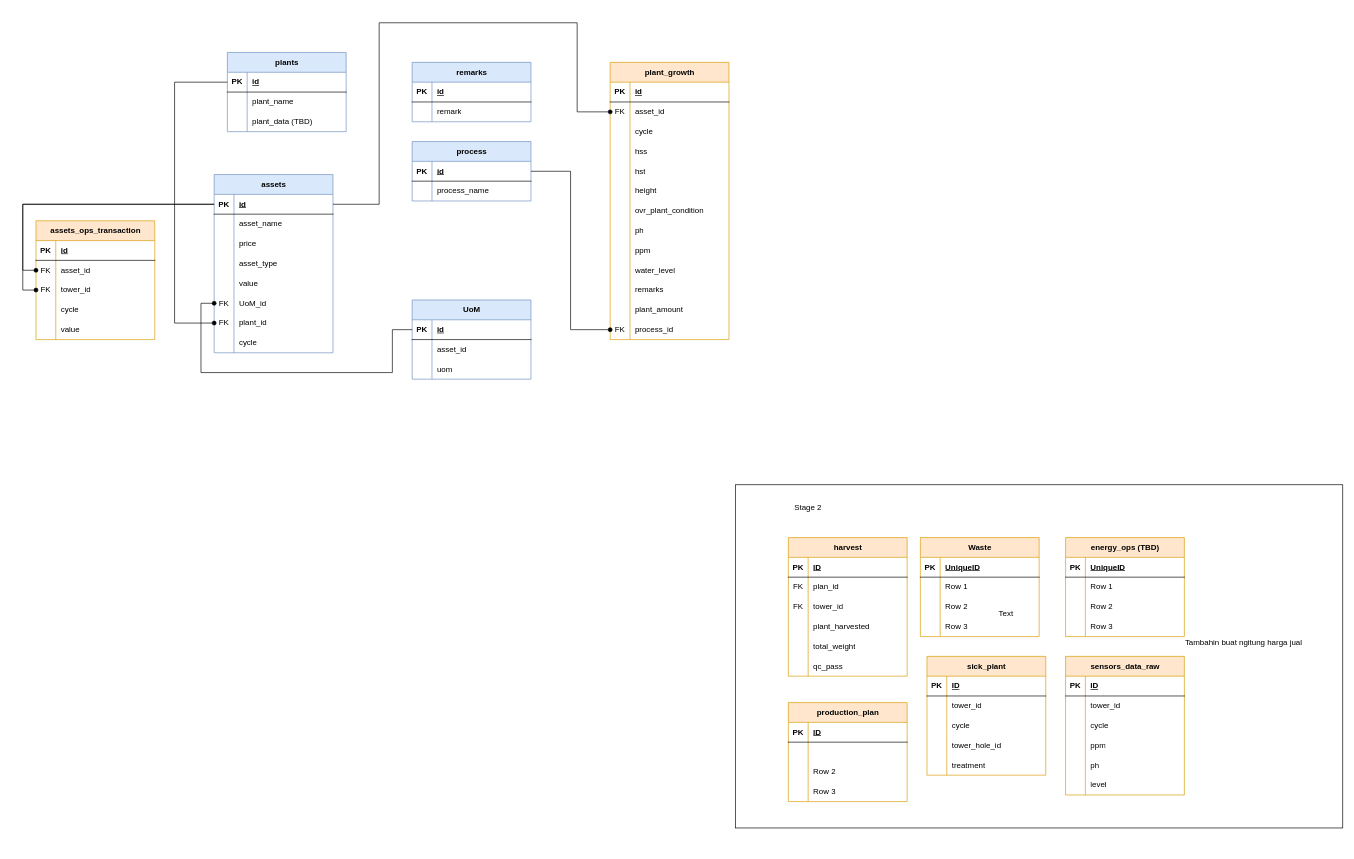
This is ERD.drawio.xml from EputraP/hydroponic-project-be, a draw.io file, before an edit. Source tidied: cells renumbered, new cells numbered last; positions are measured from the earlier drawing's top-left corner, leaving out a move shared by most shapes. Both pictures are drawn from the tidied source at 66%, with x=0, y=0 at pixel (36, 22).
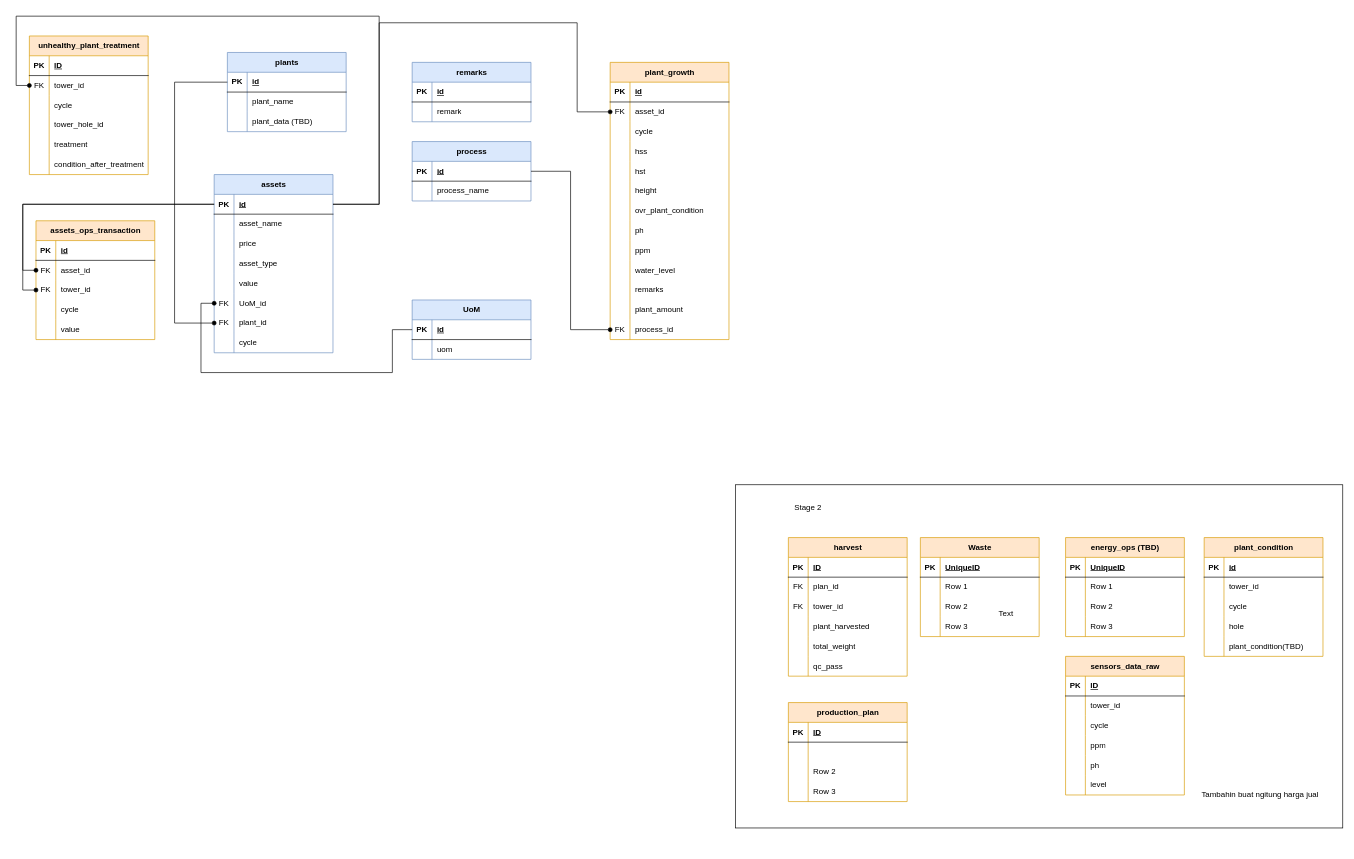
Above is the later version.

Commit message:
add unhealthy plant treatment table

The change refers to these unchanged cells:
```xml
<mxCell id="66" style="shape=tableRow;horizontal=0;startSize=0;swimlaneHead=0;swimlaneBody=0;fillColor=none;points=[[0,0.5],[1,0.5]];portConstraint=eastwest;top=0;left=0;right=0;bottom=1;" parent="65" vertex="1">
  <mxGeometry y="30" width="180" height="30" as="geometry" />
</mxCell>
<mxCell id="160" style="shape=tableRow;horizontal=0;startSize=0;swimlaneHead=0;swimlaneBody=0;fillColor=none;points=[[0,0.5],[1,0.5]];portConstraint=eastwest;top=0;left=0;right=0;bottom=0;" parent="156" vertex="1">
  <mxGeometry y="60" width="180" height="30" as="geometry" />
</mxCell>
```

Diff of the diagram source:
```diff
@@
     <mxCell id="29" value="UoM" style="shape=table;startSize=30;childLayout=tableLayout;rowLines=0;fontStyle=1;align=center;html=1;fillColor=#dae8fc;strokeColor=#6c8ebf;" parent="1" vertex="1">
-      <mxGeometry x="570" y="420" width="180" height="120" as="geometry" />
+      <mxGeometry x="570" y="420" width="180" height="90" as="geometry" />
     </mxCell>
@@
-    <mxCell id="33" style="shape=tableRow;horizontal=0;startSize=0;swimlaneHead=0;swimlaneBody=0;fillColor=none;top=0;left=0;right=0;bottom=0;" parent="29" vertex="1">
-      <mxGeometry y="60" width="180" height="30" as="geometry" />
-    </mxCell>
-    <mxCell id="34" style="shape=partialRectangle;fillColor=none;top=0;left=0;bottom=0;right=0;overflow=hidden;whiteSpace=wrap;html=1;" parent="33" vertex="1">
-      <mxGeometry width="30" height="30" as="geometry" />
-    </mxCell>
-    <mxCell id="35" value="asset_id" style="shape=partialRectangle;fillColor=none;top=0;left=0;bottom=0;right=0;align=left;spacingLeft=6;overflow=hidden;whiteSpace=wrap;html=1;" parent="33" vertex="1">
-      <mxGeometry x="30" width="150" height="30" as="geometry" />
-    </mxCell>
     <mxCell id="36" style="shape=tableRow;horizontal=0;startSize=0;swimlaneHead=0;swimlaneBody=0;fillColor=none;top=0;left=0;right=0;bottom=0;" parent="29" vertex="1">
-      <mxGeometry y="90" width="180" height="30" as="geometry" />
+      <mxGeometry y="60" width="180" height="30" as="geometry" />
     </mxCell>
@@
     <mxCell id="155" value="Tambahin buat ngitung harga jual" style="text;html=1;whiteSpace=wrap;strokeColor=none;fillColor=none;align=center;verticalAlign=middle;rounded=0;" parent="1" vertex="1">
-      <mxGeometry x="1725" y="860" width="210" height="160" as="geometry" />
+      <mxGeometry x="1750" y="1090" width="210" height="160" as="geometry" />
     </mxCell>
-    <mxCell id="156" value="sick_plant" style="shape=table;startSize=30;childLayout=tableLayout;rowLines=0;fontStyle=1;align=center;html=1;fillColor=#ffe6cc;strokeColor=#d79b00;" parent="1" vertex="1">
-      <mxGeometry x="1350" y="960" width="180" height="180" as="geometry" />
+    <mxCell id="156" value="unhealthy_plant_treatment" style="shape=table;startSize=30;childLayout=tableLayout;rowLines=0;fontStyle=1;align=center;html=1;fillColor=#ffe6cc;strokeColor=#d79b00;" parent="1" vertex="1">
+      <mxGeometry x="-10" y="20" width="180" height="210" as="geometry" />
     </mxCell>
@@
-    <mxCell id="161" style="shape=partialRectangle;fillColor=none;top=0;left=0;bottom=0;right=0;overflow=hidden;whiteSpace=wrap;html=1;" parent="160" vertex="1">
+    <mxCell id="161" value="FK" style="shape=partialRectangle;fillColor=none;top=0;left=0;bottom=0;right=0;overflow=hidden;whiteSpace=wrap;html=1;" parent="160" vertex="1">
       <mxGeometry width="30" height="30" as="geometry" />
     </mxCell>
@@
+    <mxCell id="220" style="shape=tableRow;horizontal=0;startSize=0;swimlaneHead=0;swimlaneBody=0;fillColor=none;top=0;left=0;right=0;bottom=0;" parent="156" vertex="1">
+      <mxGeometry y="180" width="180" height="30" as="geometry" />
+    </mxCell>
+    <mxCell id="221" style="shape=partialRectangle;fillColor=none;top=0;left=0;bottom=0;right=0;overflow=hidden;whiteSpace=wrap;html=1;" parent="220" vertex="1">
+      <mxGeometry width="30" height="30" as="geometry" />
+    </mxCell>
+    <mxCell id="222" value="condition_after_treatment" style="shape=partialRectangle;fillColor=none;top=0;left=0;bottom=0;right=0;align=left;spacingLeft=6;overflow=hidden;whiteSpace=wrap;html=1;" parent="220" vertex="1">
+      <mxGeometry x="30" width="150" height="30" as="geometry" />
+    </mxCell>
@@
+    <mxCell id="223" value="plant_condition" style="shape=table;startSize=30;childLayout=tableLayout;rowLines=0;fontStyle=1;align=center;html=1;fillColor=#ffe6cc;strokeColor=#d79b00;" parent="1" vertex="1">
+      <mxGeometry x="1770" y="780" width="180" height="180" as="geometry" />
+    </mxCell>
+    <mxCell id="224" style="shape=tableRow;horizontal=0;startSize=0;swimlaneHead=0;swimlaneBody=0;fillColor=none;top=0;left=0;right=0;bottom=1;" parent="223" vertex="1">
+      <mxGeometry y="30" width="180" height="30" as="geometry" />
+    </mxCell>
+    <mxCell id="225" value="PK" style="shape=partialRectangle;fillColor=none;top=0;left=0;bottom=0;right=0;fontStyle=1;overflow=hidden;whiteSpace=wrap;html=1;" parent="224" vertex="1">
+      <mxGeometry width="30" height="30" as="geometry" />
+    </mxCell>
+    <mxCell id="226" value="id" style="shape=partialRectangle;fillColor=none;top=0;left=0;bottom=0;right=0;align=left;spacingLeft=6;fontStyle=5;overflow=hidden;whiteSpace=wrap;html=1;" parent="224" vertex="1">
+      <mxGeometry x="30" width="150" height="30" as="geometry" />
+    </mxCell>
+    <mxCell id="33" style="shape=tableRow;horizontal=0;startSize=0;swimlaneHead=0;swimlaneBody=0;fillColor=none;top=0;left=0;right=0;bottom=0;" parent="223" vertex="1">
+      <mxGeometry y="60" width="180" height="30" as="geometry" />
+    </mxCell>
+    <mxCell id="227" style="shape=partialRectangle;fillColor=none;top=0;left=0;bottom=0;right=0;overflow=hidden;whiteSpace=wrap;html=1;" parent="33" vertex="1">
+      <mxGeometry width="30" height="30" as="geometry" />
+    </mxCell>
+    <mxCell id="228" value="tower_id" style="shape=partialRectangle;fillColor=none;top=0;left=0;bottom=0;right=0;align=left;spacingLeft=6;overflow=hidden;whiteSpace=wrap;html=1;" parent="33" vertex="1">
+      <mxGeometry x="30" width="150" height="30" as="geometry" />
+    </mxCell>
+    <mxCell id="229" style="shape=tableRow;horizontal=0;startSize=0;swimlaneHead=0;swimlaneBody=0;fillColor=none;top=0;left=0;right=0;bottom=0;" parent="223" vertex="1">
+      <mxGeometry y="90" width="180" height="30" as="geometry" />
+    </mxCell>
+    <mxCell id="230" style="shape=partialRectangle;fillColor=none;top=0;left=0;bottom=0;right=0;overflow=hidden;whiteSpace=wrap;html=1;" parent="229" vertex="1">
+      <mxGeometry width="30" height="30" as="geometry" />
+    </mxCell>
+    <mxCell id="231" value="cycle" style="shape=partialRectangle;fillColor=none;top=0;left=0;bottom=0;right=0;align=left;spacingLeft=6;overflow=hidden;whiteSpace=wrap;html=1;" parent="229" vertex="1">
+      <mxGeometry x="30" width="150" height="30" as="geometry" />
+    </mxCell>
+    <mxCell id="232" style="shape=tableRow;horizontal=0;startSize=0;swimlaneHead=0;swimlaneBody=0;fillColor=none;top=0;left=0;right=0;bottom=0;" parent="223" vertex="1">
+      <mxGeometry y="120" width="180" height="30" as="geometry" />
+    </mxCell>
+    <mxCell id="233" style="shape=partialRectangle;fillColor=none;top=0;left=0;bottom=0;right=0;overflow=hidden;whiteSpace=wrap;html=1;" parent="232" vertex="1">
+      <mxGeometry width="30" height="30" as="geometry" />
+    </mxCell>
+    <mxCell id="234" value="hole" style="shape=partialRectangle;fillColor=none;top=0;left=0;bottom=0;right=0;align=left;spacingLeft=6;overflow=hidden;whiteSpace=wrap;html=1;" parent="232" vertex="1">
+      <mxGeometry x="30" width="150" height="30" as="geometry" />
+    </mxCell>
+    <mxCell id="235" style="shape=tableRow;horizontal=0;startSize=0;swimlaneHead=0;swimlaneBody=0;fillColor=none;top=0;left=0;right=0;bottom=0;" parent="223" vertex="1">
+      <mxGeometry y="150" width="180" height="30" as="geometry" />
+    </mxCell>
+    <mxCell id="236" style="shape=partialRectangle;fillColor=none;top=0;left=0;bottom=0;right=0;overflow=hidden;whiteSpace=wrap;html=1;" parent="235" vertex="1">
+      <mxGeometry width="30" height="30" as="geometry" />
+    </mxCell>
+    <mxCell id="237" value="plant_condition(TBD&lt;span style=&quot;background-color: transparent; color: light-dark(rgb(0, 0, 0), rgb(255, 255, 255));&quot;&gt;)&lt;/span&gt;" style="shape=partialRectangle;fillColor=none;top=0;left=0;bottom=0;right=0;align=left;spacingLeft=6;overflow=hidden;whiteSpace=wrap;html=1;" parent="235" vertex="1">
+      <mxGeometry x="30" width="150" height="30" as="geometry" />
+    </mxCell>
+    <mxCell id="238" style="edgeStyle=orthogonalEdgeStyle;rounded=0;jettySize=auto;html=1;entryX=0;entryY=0.5;entryDx=0;entryDy=0;endArrow=oval;endFill=1;" parent="1" edge="1" source="66" target="160">
+      <mxGeometry relative="1" as="geometry">
+        <Array as="points">
+          <mxPoint x="520" y="275" />
+          <mxPoint x="520" y="-10" />
+          <mxPoint x="-30" y="-10" />
+          <mxPoint x="-30" y="95" />
+        </Array>
+      </mxGeometry>
+    </mxCell>
```
